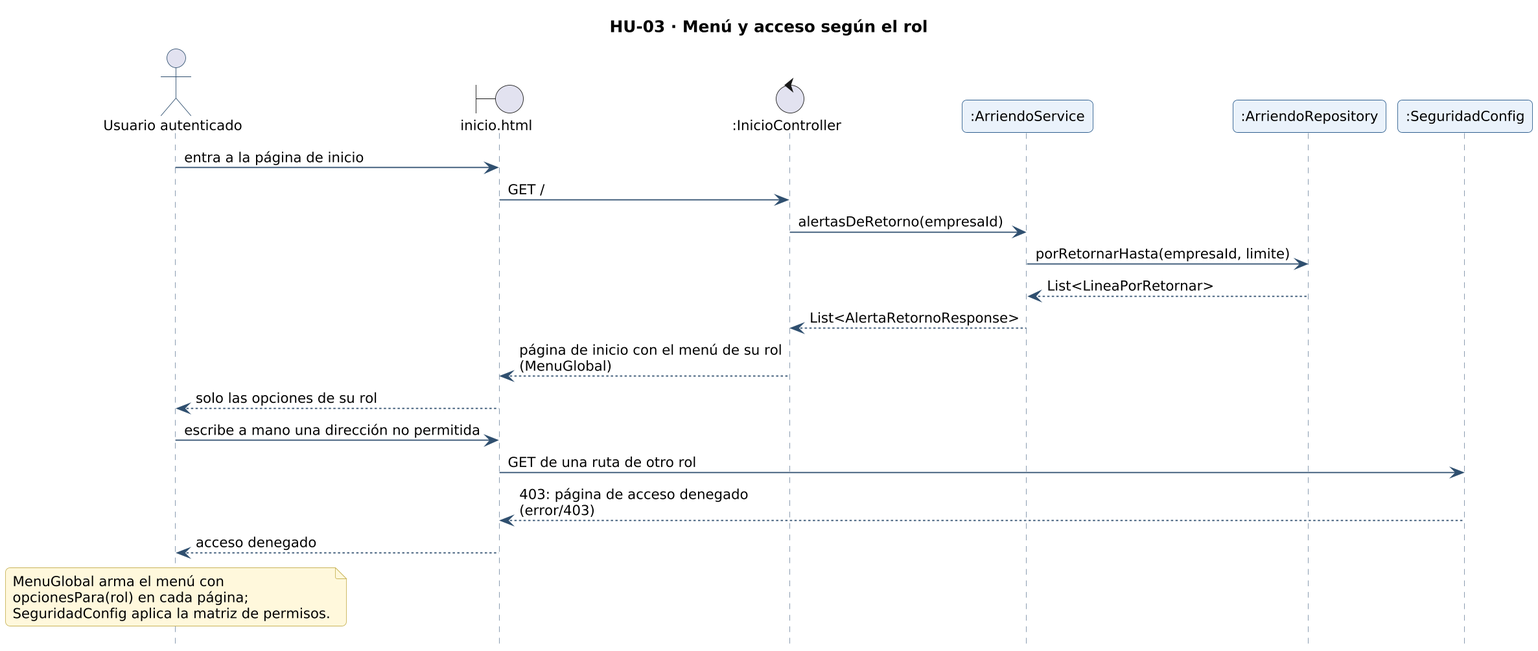
Above: docs/diagramas/secuencia-hu-03.png in gonzaloarenasduoc/Mira (PlantUML), before the change.
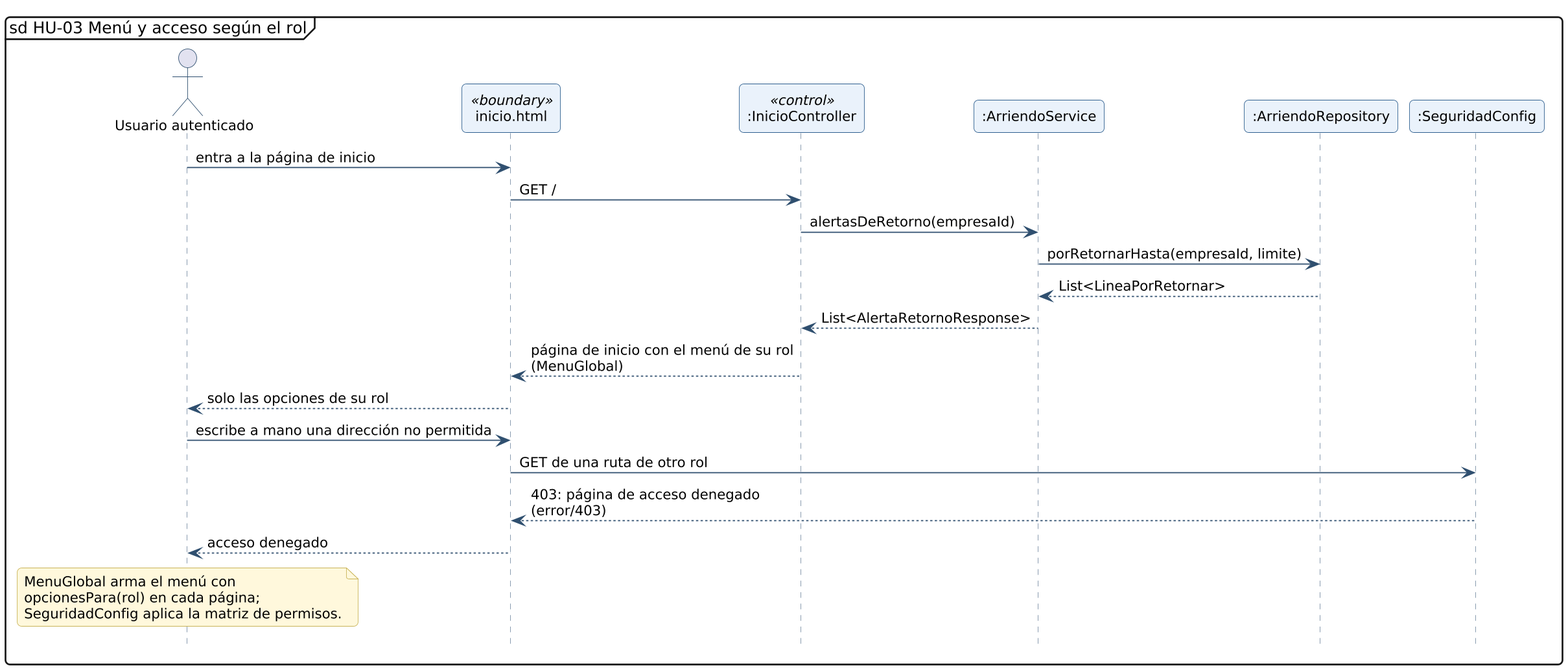
The same diagram one commit later.

What changed in the source:
```diff
@@ -3,10 +3,10 @@
 hide footbox
 skinparam maxMessageSize 260
 skinparam sequenceMessageAlign left
-title HU-03 · Menú y acceso según el rol
+mainframe sd HU-03 Menú y acceso según el rol
 actor "Usuario autenticado" as A
-boundary "inicio.html" as L_VISTA_inicio
-control ":InicioController" as L_InicioController
+participant "inicio.html" as L_VISTA_inicio <<boundary>>
+participant ":InicioController" as L_InicioController <<control>>
 participant ":ArriendoService" as L_ArriendoService
 participant ":ArriendoRepository" as L_ArriendoRepository
 participant ":SeguridadConfig" as L_SeguridadConfig
```
